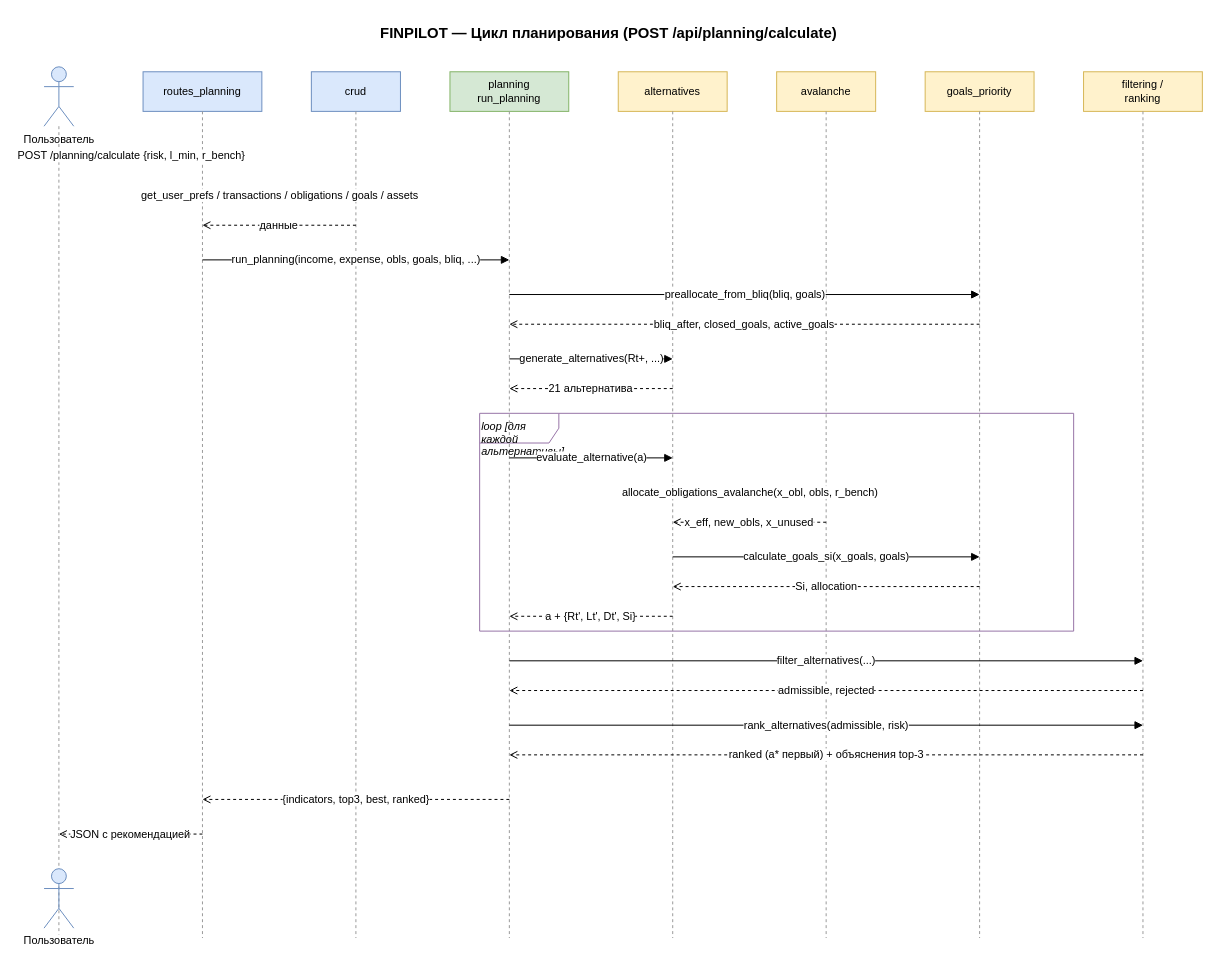
This is docs/diagrams/07_sequence_planning.drawio from vevdokimovm/personal-finance-dss, a draw.io file, before an edit. Source tidied: cells renumbered, new cells numbered last; positions are measured from the earlier drawing's top-left corner, leaving out a move shared by most shapes. Both pictures are drawn from the tidied source at 99%, with x=0, y=0 at pixel (44, 17).
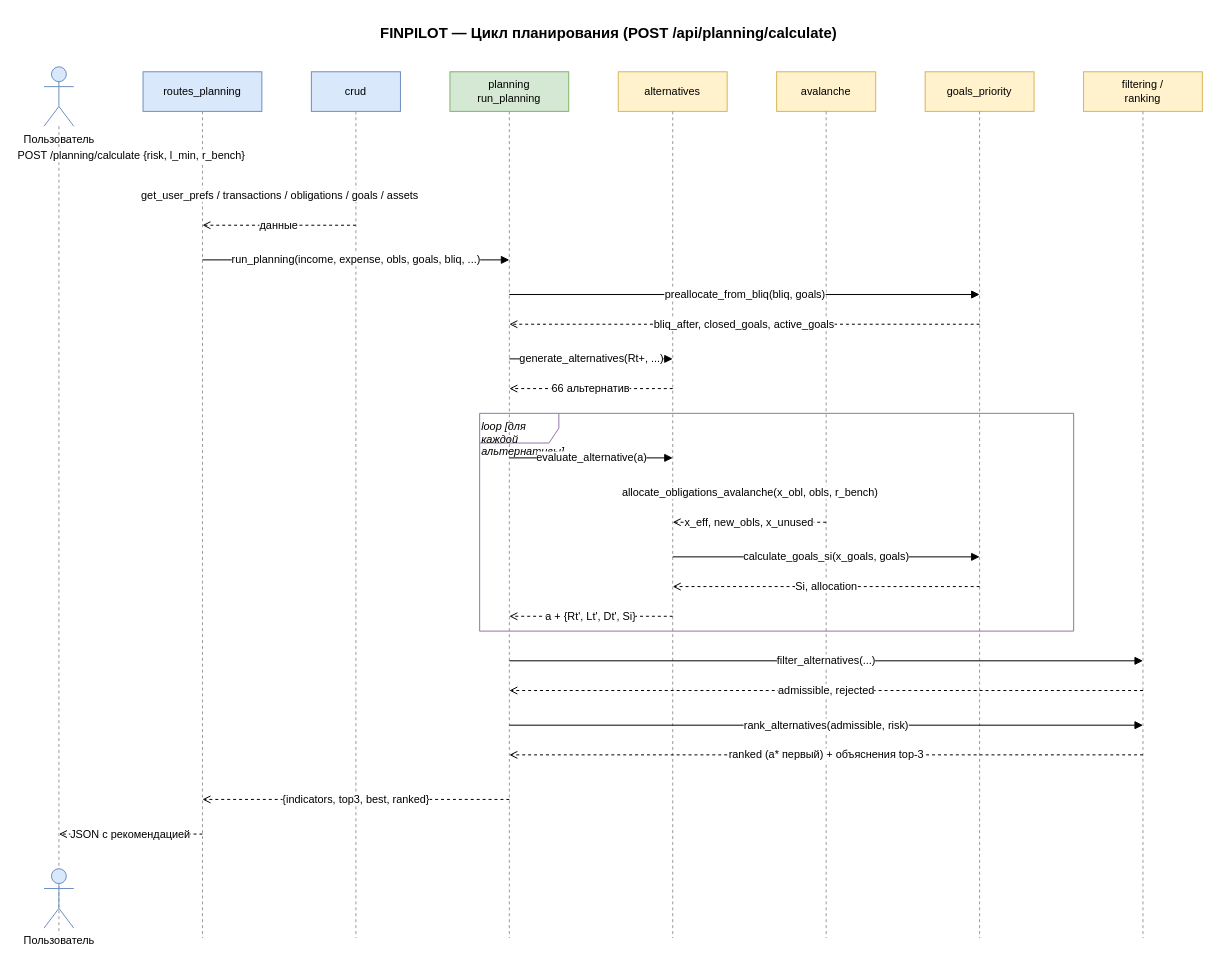
Above is the later version.

The edit, as a diff of the source:
```diff
@@
-    <mxCell id="26" value="21 альтернатива" style="endArrow=open;html=1;dashed=1;fontSize=11;labelBackgroundColor=#ffffff;" parent="1" edge="1">
+    <mxCell id="26" value="66 альтернатив" style="endArrow=open;html=1;dashed=1;fontSize=11;labelBackgroundColor=#ffffff;" parent="1" edge="1">
       <mxGeometry relative="1" as="geometry">
         <mxPoint x="635" y="375" as="sourcePoint" />
         <mxPoint x="470" y="375" as="targetPoint" />
       </mxGeometry>
     </mxCell>
```
